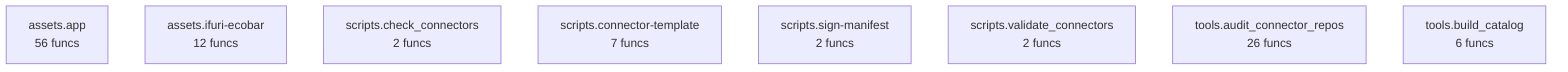
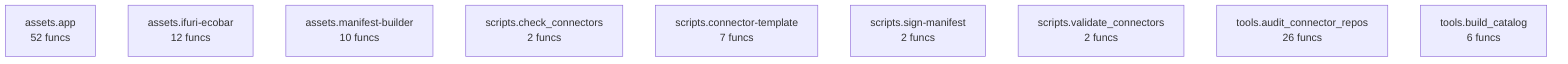
flowchart TD
%% generated in 0.00s
-     assets__app["assets.app<br/>56 funcs"]
+     assets__app["assets.app<br/>52 funcs"]
    assets__ifuri_ecobar["assets.ifuri-ecobar<br/>12 funcs"]
+     assets__manifest_builder["assets.manifest-builder<br/>10 funcs"]
    scripts__check_connectors["scripts.check_connectors<br/>2 funcs"]
    scripts__connector_template["scripts.connector-template<br/>7 funcs"]
    scripts__sign_manifest["scripts.sign-manifest<br/>2 funcs"]
    scripts__validate_connectors["scripts.validate_connectors<br/>2 funcs"]
    tools__audit_connector_repos["tools.audit_connector_repos<br/>26 funcs"]
    tools__build_catalog["tools.build_catalog<br/>6 funcs"]
